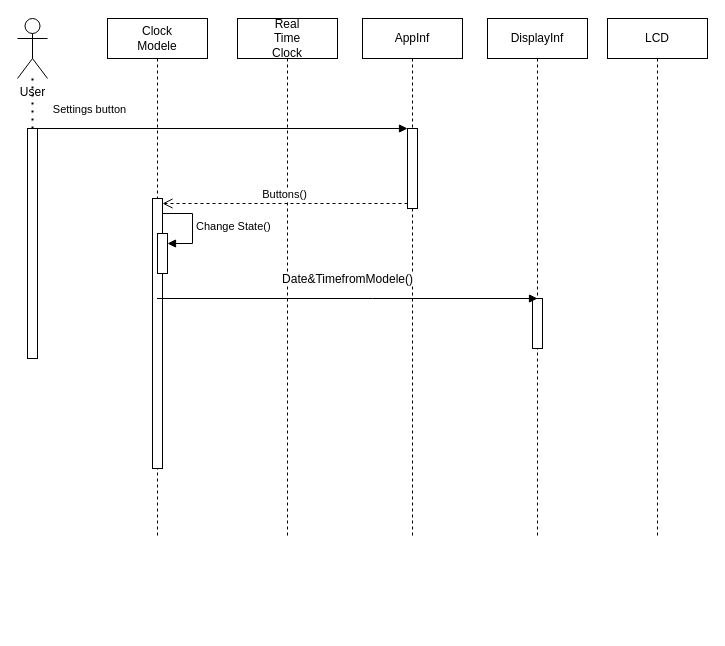
The draw.io diagram Documents/SequenceDiagram.drawio in jrr30/STM32F44_Digital_Clock, before the edit. Source tidied: cells renumbered, new cells numbered last; positions are measured from the earlier drawing's top-left corner, leaving out a move shared by most shapes. Both pictures are drawn from the tidied source at 100%, with x=0, y=0 at pixel (17, 18).
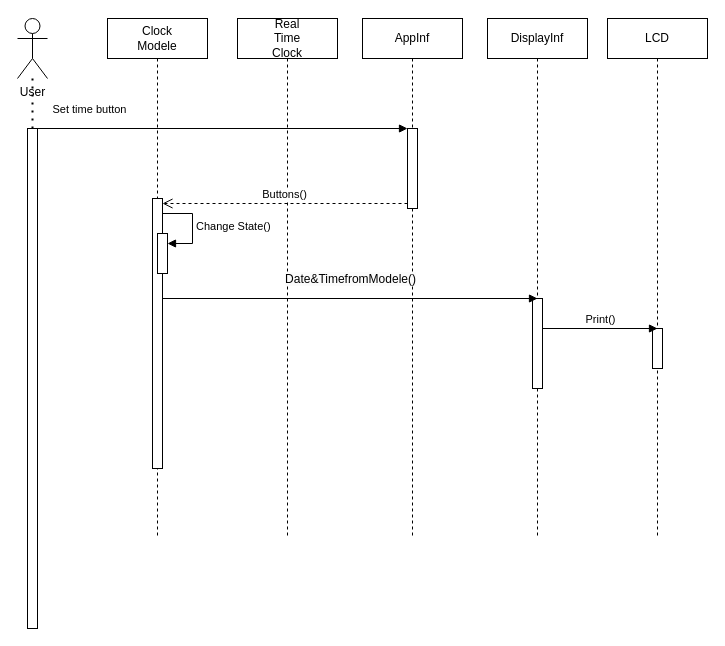
After the change.

Unchanged cells that the change refers to:
```xml
<mxCell id="3" value="Clock&lt;br&gt;Modele" style="shape=umlLifeline;perimeter=lifelinePerimeter;whiteSpace=wrap;html=1;outlineConnect=0;portConstraint=eastwest;newEdgeStyle={&quot;edgeStyle&quot;:&quot;elbowEdgeStyle&quot;,&quot;elbow&quot;:&quot;vertical&quot;,&quot;curved&quot;:0,&quot;rounded&quot;:0};" parent="1" vertex="1">
  <mxGeometry x="90" width="100" height="520" as="geometry" />
</mxCell>
<mxCell id="4" style="html=1;points=[];perimeter=orthogonalPerimeter;outlineConnect=0;targetShapes=umlLifeline;portConstraint=eastwest;newEdgeStyle={&quot;edgeStyle&quot;:&quot;elbowEdgeStyle&quot;,&quot;elbow&quot;:&quot;vertical&quot;,&quot;curved&quot;:0,&quot;rounded&quot;:0};" parent="3" vertex="1">
  <mxGeometry x="45" y="180" width="10" height="270" as="geometry" />
</mxCell>
<mxCell id="8" value="AppInf" style="shape=umlLifeline;perimeter=lifelinePerimeter;whiteSpace=wrap;html=1;newEdgeStyle={&quot;edgeStyle&quot;:&quot;elbowEdgeStyle&quot;,&quot;elbow&quot;:&quot;vertical&quot;,&quot;curved&quot;:0,&quot;rounded&quot;:0};" parent="1" vertex="1">
  <mxGeometry x="345" width="100" height="520" as="geometry" />
</mxCell>
<mxCell id="9" style="html=1;points=[];perimeter=orthogonalPerimeter;outlineConnect=0;targetShapes=umlLifeline;portConstraint=eastwest;newEdgeStyle={&quot;edgeStyle&quot;:&quot;elbowEdgeStyle&quot;,&quot;elbow&quot;:&quot;vertical&quot;,&quot;curved&quot;:0,&quot;rounded&quot;:0};" parent="8" vertex="1">
  <mxGeometry x="45" y="110" width="10" height="80" as="geometry" />
</mxCell>
<mxCell id="11" value="DisplayInf" style="shape=umlLifeline;perimeter=lifelinePerimeter;whiteSpace=wrap;html=1;newEdgeStyle={&quot;edgeStyle&quot;:&quot;elbowEdgeStyle&quot;,&quot;elbow&quot;:&quot;vertical&quot;,&quot;curved&quot;:0,&quot;rounded&quot;:0};" parent="1" vertex="1">
  <mxGeometry x="470" width="100" height="520" as="geometry" />
</mxCell>
<mxCell id="13" value="LCD" style="shape=umlLifeline;perimeter=lifelinePerimeter;whiteSpace=wrap;html=1;newEdgeStyle={&quot;edgeStyle&quot;:&quot;elbowEdgeStyle&quot;,&quot;elbow&quot;:&quot;vertical&quot;,&quot;curved&quot;:0,&quot;rounded&quot;:0};" parent="1" vertex="1">
  <mxGeometry x="590" width="100" height="520" as="geometry" />
</mxCell>
```

What changed in the source:
```diff
@@
-    <mxCell id="10" value="Settings button" style="html=1;verticalAlign=bottom;endArrow=block;edgeStyle=elbowEdgeStyle;elbow=vertical;curved=0;rounded=0;" parent="8" edge="1" target="9">
+    <mxCell id="10" value="Set time button" style="html=1;verticalAlign=bottom;endArrow=block;edgeStyle=elbowEdgeStyle;elbow=vertical;curved=0;rounded=0;" parent="8" edge="1" target="9">
       <mxGeometry x="0.09" y="10" relative="1" as="geometry">
         <mxPoint x="-15" y="110" as="sourcePoint" />
         <Array as="points">
           <mxPoint x="-335" y="110" />
         </Array>
       </mxGeometry>
     </mxCell>
@@
     <mxCell id="12" style="html=1;points=[];perimeter=orthogonalPerimeter;outlineConnect=0;targetShapes=umlLifeline;portConstraint=eastwest;newEdgeStyle={&quot;edgeStyle&quot;:&quot;elbowEdgeStyle&quot;,&quot;elbow&quot;:&quot;vertical&quot;,&quot;curved&quot;:0,&quot;rounded&quot;:0};" parent="11" vertex="1">
-      <mxGeometry x="45" y="280" width="10" height="50" as="geometry" />
+      <mxGeometry x="45" y="280" width="10" height="90" as="geometry" />
     </mxCell>
@@
+    <mxCell id="18" style="html=1;perimeter=orthogonalPerimeter;targetShapes=umlLifeline;newEdgeStyle={&quot;edgeStyle&quot;:&quot;elbowEdgeStyle&quot;,&quot;elbow&quot;:&quot;vertical&quot;,&quot;curved&quot;:0,&quot;rounded&quot;:0};" parent="13" vertex="1">
+      <mxGeometry x="45" y="310" width="10" height="40" as="geometry" />
+    </mxCell>
     <mxCell id="14" style="html=1;points=[];perimeter=orthogonalPerimeter;outlineConnect=0;targetShapes=umlLifeline;portConstraint=eastwest;newEdgeStyle={&quot;edgeStyle&quot;:&quot;elbowEdgeStyle&quot;,&quot;elbow&quot;:&quot;vertical&quot;,&quot;curved&quot;:0,&quot;rounded&quot;:0};" parent="1" vertex="1">
-      <mxGeometry x="10" y="110" width="10" height="230" as="geometry" />
+      <mxGeometry x="10" y="110" width="10" height="500" as="geometry" />
     </mxCell>
@@
-    <mxCell id="17" value="&lt;span style=&quot;border-color: var(--border-color); font-size: 12px; background-color: rgb(251, 251, 251);&quot;&gt;&lt;span style=&quot;border-color: var(--border-color);&quot;&gt;Date&amp;amp;TimefromModele()&lt;/span&gt;&lt;br&gt;&lt;/span&gt;" style="html=1;verticalAlign=bottom;endArrow=block;edgeStyle=elbowEdgeStyle;elbow=vertical;curved=0;rounded=0;" parent="1" edge="1" source="3">
+    <mxCell id="17" value="&lt;span style=&quot;border-color: var(--border-color); font-size: 12px; background-color: rgb(251, 251, 251);&quot;&gt;&lt;span style=&quot;border-color: var(--border-color);&quot;&gt;Date&amp;amp;TimefromModele()&lt;/span&gt;&lt;br&gt;&lt;/span&gt;" style="html=1;verticalAlign=bottom;endArrow=block;edgeStyle=elbowEdgeStyle;elbow=vertical;curved=0;rounded=0;" parent="1" edge="1" source="4">
       <mxGeometry y="10" relative="1" as="geometry">
         <mxPoint x="520" y="280" as="targetPoint" />
       </mxGeometry>
     </mxCell>
+    <mxCell id="19" value="Print()" style="html=1;verticalAlign=bottom;endArrow=block;edgeStyle=elbowEdgeStyle;elbow=vertical;curved=0;rounded=0;" parent="1" edge="1" source="12">
+      <mxGeometry relative="1" as="geometry">
+        <mxPoint x="640" y="310" as="targetPoint" />
+      </mxGeometry>
+    </mxCell>
```
